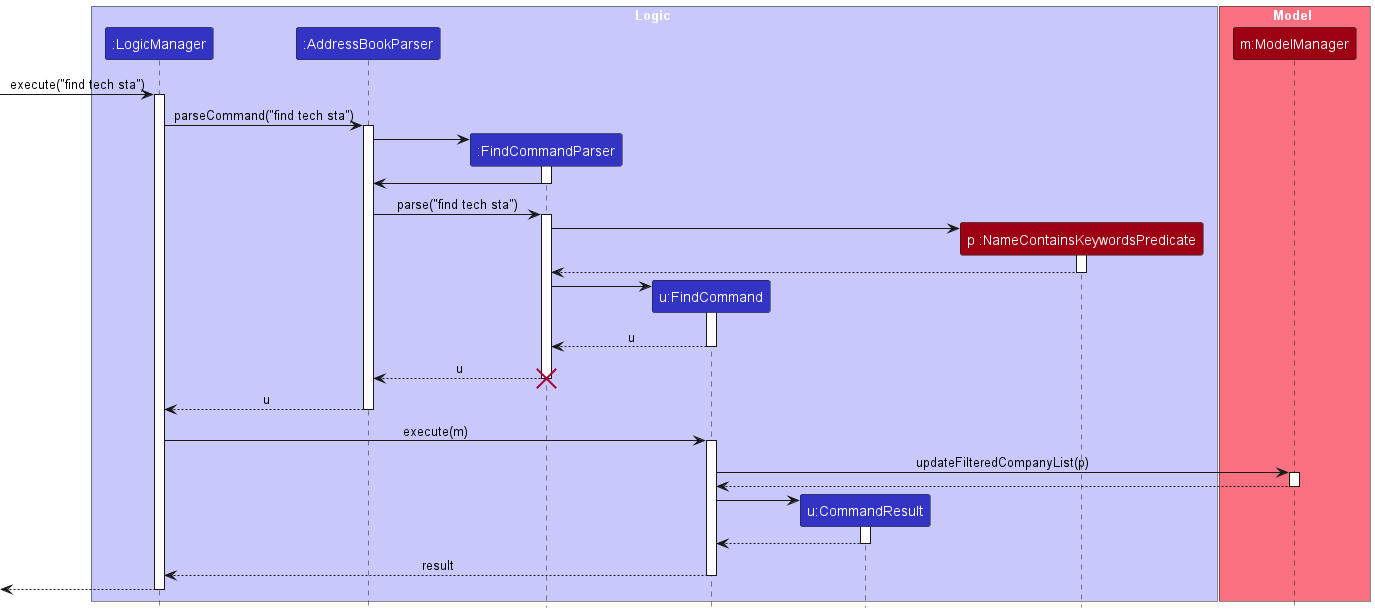
The PlantUML diagram docs/images/FindCompanySequenceDiagram.png in tayruxin/tp, before a commit.
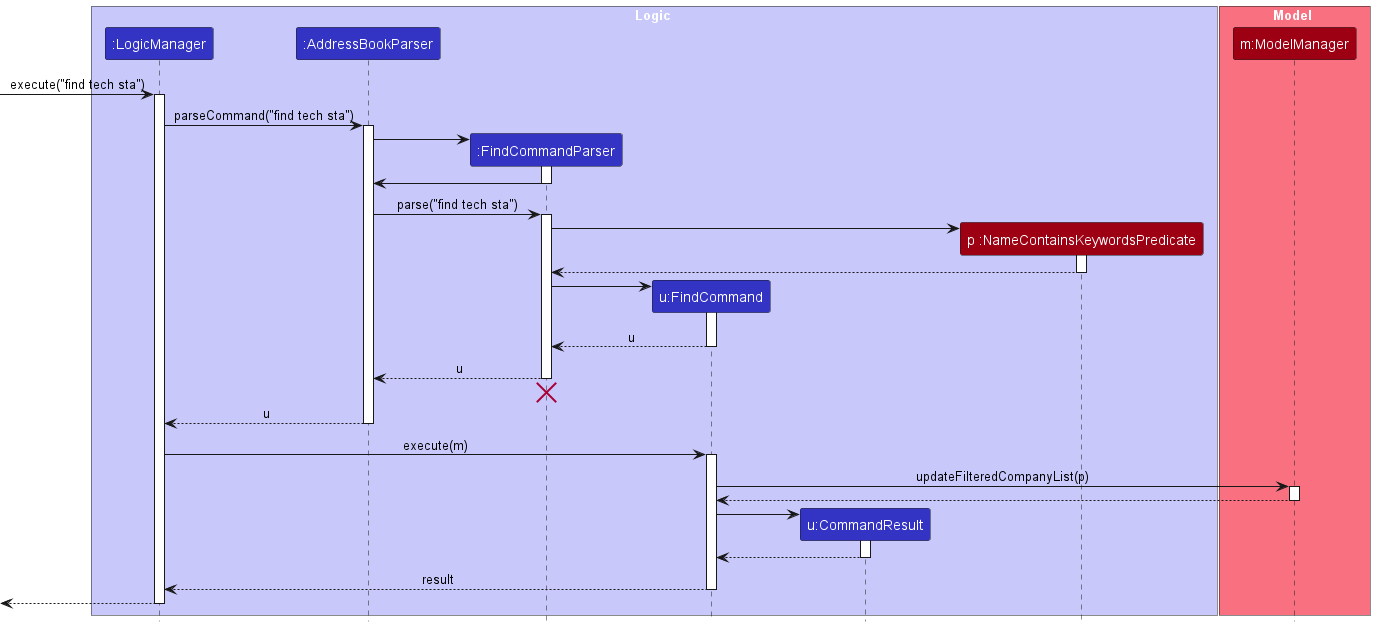
The same diagram one commit later.

Commit message:
Fix find diagram

Update placement of object
destruction cross to be consistent
with the rest of the diagrams.

The edit, as a diff of the source:
```diff
@@ -47,6 +47,7 @@
 
 FindCommandParser --> AddressBookParser : u
 deactivate FindCommandParser
+FindCommandParser -[hidden]-> AddressBookParser
 destroy FindCommandParser
 
 AddressBookParser --> LogicManager : u
```
